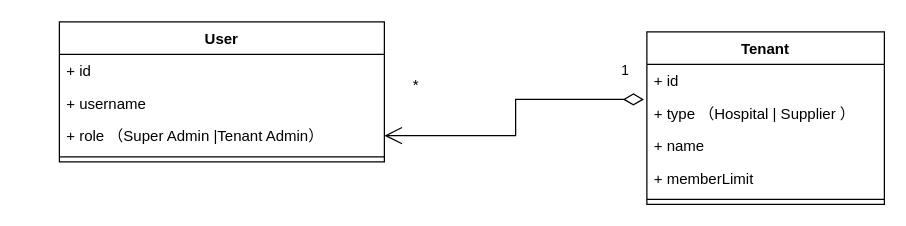
moonflow/redux-rtk-session-demo keeps this draw.io diagram as page "第 1 页" (1 of 2) of src/未命名绘图.drawio. Above is the earlier version. Source tidied: cells renumbered, new cells numbered last; positions are measured from the earlier drawing's top-left corner, leaving out a move shared by most shapes. Both pictures are drawn from the tidied source at 125%, with x=0, y=0 at pixel (59, 21).
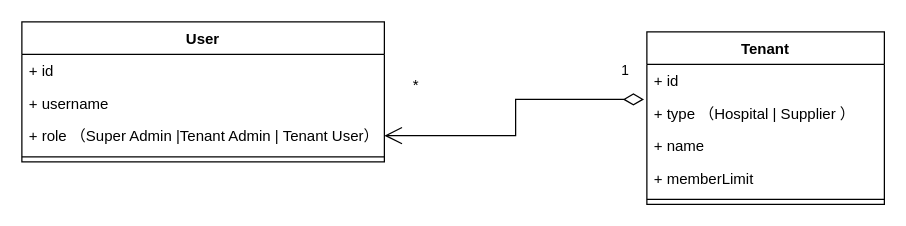
The same diagram, later.

Commit message (it also covers changes not shown here):
更新未命名绘图.drawio

Change to the diagram source:
```diff
@@
 <mxGraphModel>
   <root>
     <mxCell id="0" />
     <mxCell id="1" parent="0" />
     <mxCell id="2" value="User" style="swimlane;fontStyle=1;align=center;verticalAlign=top;horizontal=1;startSize=26;whiteSpace=wrap;html=1;" parent="1" vertex="1">
-      <mxGeometry width="260" height="112" as="geometry" />
+      <mxGeometry x="-30" width="290" height="112" as="geometry" />
     </mxCell>
     <mxCell id="3" value="+ id" style="text;strokeColor=none;fillColor=none;align=left;verticalAlign=top;spacingLeft=4;spacingRight=4;overflow=hidden;whiteSpace=wrap;html=1;" parent="2" vertex="1">
-      <mxGeometry y="26" width="260" height="26" as="geometry" />
+      <mxGeometry y="26" width="290" height="26" as="geometry" />
     </mxCell>
     <mxCell id="4" value="+ username" style="text;strokeColor=none;fillColor=none;align=left;verticalAlign=top;spacingLeft=4;spacingRight=4;overflow=hidden;whiteSpace=wrap;html=1;" parent="2" vertex="1">
-      <mxGeometry y="52" width="260" height="26" as="geometry" />
+      <mxGeometry y="52" width="290" height="26" as="geometry" />
     </mxCell>
-    <mxCell id="5" value="+ role （Super Admin |Tenant Admin）" style="text;strokeColor=none;fillColor=none;align=left;verticalAlign=top;spacingLeft=4;spacingRight=4;overflow=hidden;points=[[0,0.5],[1,0.5]];portConstraint=eastwest;whiteSpace=wrap;html=1;" parent="2" vertex="1">
-      <mxGeometry y="78" width="260" height="26" as="geometry" />
+    <mxCell id="5" value="+ role （Super Admin |Tenant Admin | Tenant User）" style="text;strokeColor=none;fillColor=none;align=left;verticalAlign=top;spacingLeft=4;spacingRight=4;overflow=hidden;points=[[0,0.5],[1,0.5]];portConstraint=eastwest;whiteSpace=wrap;html=1;" parent="2" vertex="1">
+      <mxGeometry y="78" width="290" height="26" as="geometry" />
     </mxCell>
     <mxCell id="6" style="line;strokeWidth=1;fillColor=none;align=left;verticalAlign=middle;spacingTop=-1;spacingLeft=3;spacingRight=3;labelPosition=right;strokeColor=inherit;" parent="2" vertex="1">
-      <mxGeometry y="104" width="260" height="8" as="geometry" />
+      <mxGeometry y="104" width="290" height="8" as="geometry" />
     </mxCell>
     <mxCell id="7" value="Tenant" style="swimlane;fontStyle=1;align=center;verticalAlign=top;horizontal=1;startSize=26;whiteSpace=wrap;html=1;" parent="1" vertex="1">
       <mxGeometry x="470" y="8" width="190" height="138" as="geometry" />
     </mxCell>
     <mxCell id="8" value="+ id" style="text;strokeColor=none;fillColor=none;align=left;verticalAlign=top;spacingLeft=4;spacingRight=4;overflow=hidden;whiteSpace=wrap;html=1;" parent="7" vertex="1">
       <mxGeometry y="26" width="190" height="26" as="geometry" />
     </mxCell>
     <mxCell id="9" value="+ type （Hospital | Supplier ）&lt;br&gt;" style="text;strokeColor=none;fillColor=none;align=left;verticalAlign=top;spacingLeft=4;spacingRight=4;overflow=hidden;points=[[0,0.5],[1,0.5]];portConstraint=eastwest;whiteSpace=wrap;html=1;" parent="7" vertex="1">
       <mxGeometry y="52" width="190" height="26" as="geometry" />
     </mxCell>
     <mxCell id="10" value="+ name" style="text;strokeColor=none;fillColor=none;align=left;verticalAlign=top;spacingLeft=4;spacingRight=4;overflow=hidden;whiteSpace=wrap;html=1;" parent="7" vertex="1">
       <mxGeometry y="78" width="190" height="26" as="geometry" />
     </mxCell>
     <mxCell id="11" value="+ memberLimit" style="text;strokeColor=none;fillColor=none;align=left;verticalAlign=top;spacingLeft=4;spacingRight=4;overflow=hidden;whiteSpace=wrap;html=1;" parent="7" vertex="1">
       <mxGeometry y="104" width="190" height="26" as="geometry" />
     </mxCell>
     <mxCell id="12" style="line;strokeWidth=1;fillColor=none;align=left;verticalAlign=middle;spacingTop=-1;spacingLeft=3;spacingRight=3;labelPosition=right;strokeColor=inherit;" parent="7" vertex="1">
       <mxGeometry y="130" width="190" height="8" as="geometry" />
     </mxCell>
     <mxCell id="13" value="1" style="endArrow=open;html=1;endSize=12;startArrow=diamondThin;startSize=14;startFill=0;edgeStyle=orthogonalEdgeStyle;align=left;verticalAlign=bottom;rounded=0;exitX=-0.012;exitY=0.077;exitDx=0;exitDy=0;exitPerimeter=0;entryX=1;entryY=0.5;entryDx=0;entryDy=0;" parent="1" edge="1" source="9" target="5">
       <mxGeometry x="-0.83" y="-14" relative="1" as="geometry" />
     </mxCell>
     <mxCell id="14" value="*" style="text;html=1;align=center;verticalAlign=middle;strokeColor=none;fillColor=none;" parent="1" vertex="1">
       <mxGeometry x="270" y="36" width="30" height="30" as="geometry" />
     </mxCell>
   </root>
 </mxGraphModel>
```
